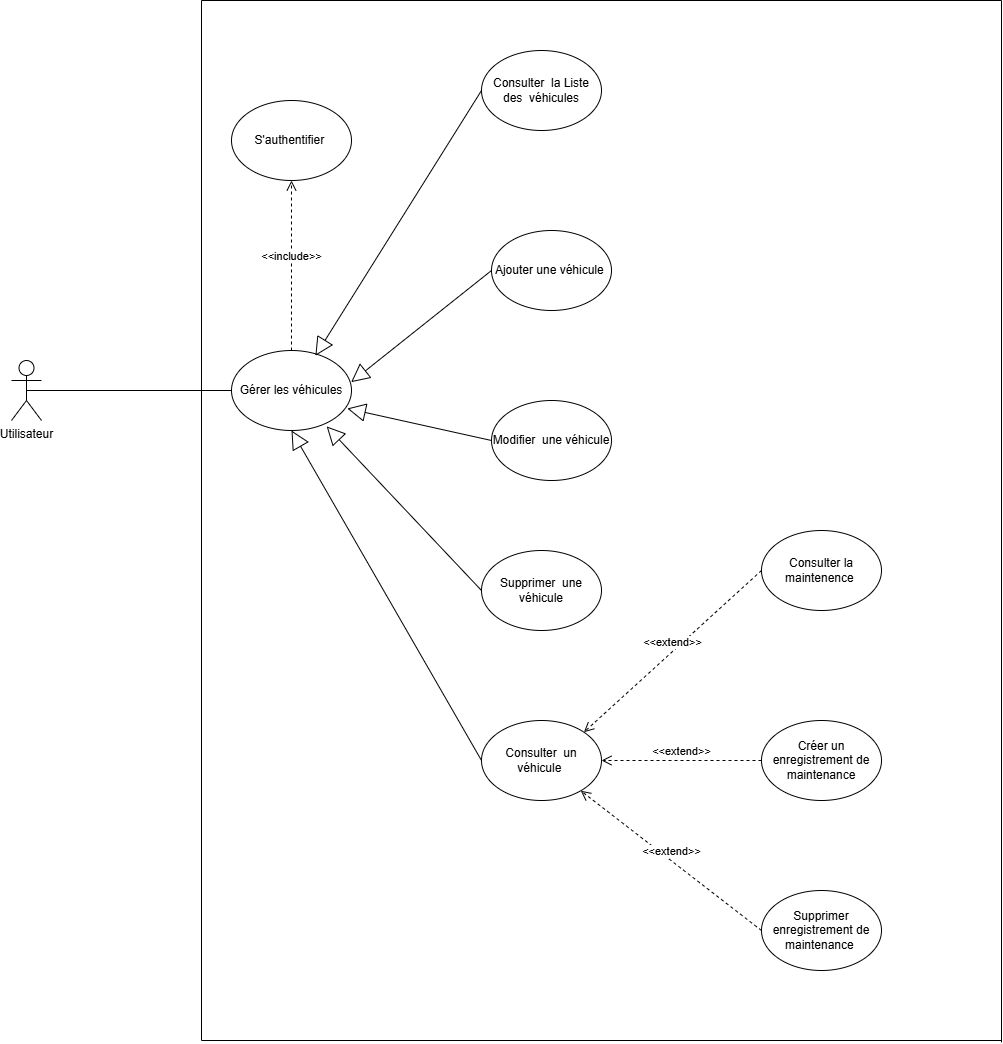
This is image/Diagramme gestion véhicules.drawio.png from imenmallouli/deploy, a draw.io export, as it was before one commit. Source tidied: cells renumbered, new cells last; positions are measured from the earlier drawing's top-left corner, leaving out a move shared by most shapes.
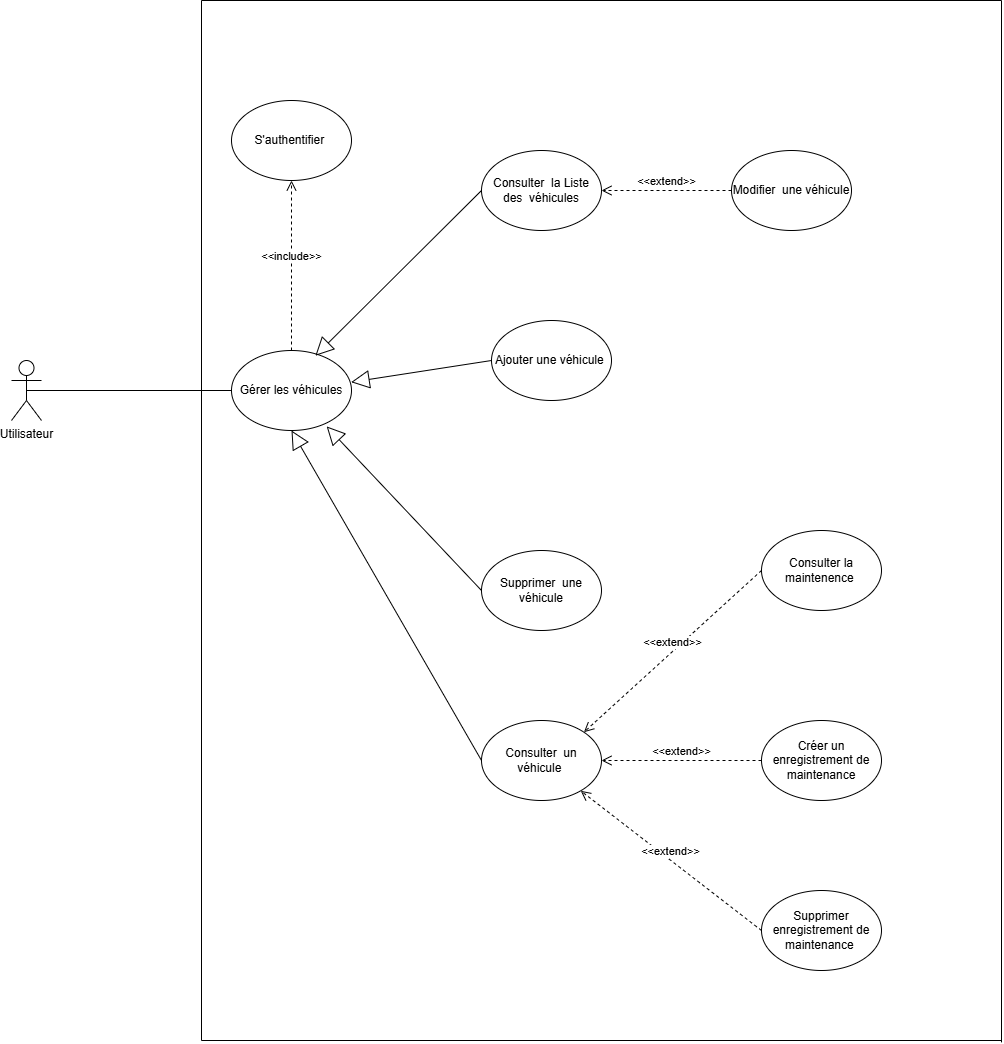
After the commit.

Change to the diagram source:
```diff
@@ -6,16 +6,16 @@
       <mxGeometry y="360" width="30" height="60" as="geometry" />
     </mxCell>
     <mxCell id="3" value="&amp;nbsp;Consulter&amp;nbsp; la Liste&amp;nbsp; des&amp;nbsp; véhicules" style="ellipse;whiteSpace=wrap;html=1;" parent="1" vertex="1">
-      <mxGeometry x="470" y="50" width="120" height="80" as="geometry" />
+      <mxGeometry x="470" y="150" width="120" height="80" as="geometry" />
     </mxCell>
     <mxCell id="4" value="Gérer les véhicules" style="ellipse;whiteSpace=wrap;html=1;" parent="1" vertex="1">
       <mxGeometry x="220" y="350" width="120" height="80" as="geometry" />
     </mxCell>
     <mxCell id="5" value="Ajouter une véhicule&amp;nbsp;" style="ellipse;whiteSpace=wrap;html=1;" parent="1" vertex="1">
-      <mxGeometry x="480" y="230" width="120" height="80" as="geometry" />
+      <mxGeometry x="480" y="320" width="120" height="80" as="geometry" />
     </mxCell>
     <mxCell id="6" value="Modifier&amp;nbsp; une véhicule" style="ellipse;whiteSpace=wrap;html=1;" parent="1" vertex="1">
-      <mxGeometry x="480" y="400" width="120" height="80" as="geometry" />
+      <mxGeometry x="720" y="150" width="120" height="80" as="geometry" />
     </mxCell>
     <mxCell id="7" style="endArrow=none;html=1;rounded=0;entryX=0;entryY=0.5;entryDx=0;entryDy=0;exitX=0.5;exitY=0.5;exitDx=0;exitDy=0;exitPerimeter=0;" parent="1" edge="1" source="2" target="4">
       <mxGeometry relative="1" as="geometry" />
@@ -38,9 +38,6 @@
     <mxCell id="13" style="endArrow=block;endSize=16;endFill=0;html=1;rounded=0;exitX=0;exitY=0.5;exitDx=0;exitDy=0;entryX=0.997;entryY=0.396;entryDx=0;entryDy=0;entryPerimeter=0;" parent="1" edge="1" source="5" target="4">
       <mxGeometry relative="1" as="geometry" />
     </mxCell>
-    <mxCell id="14" style="endArrow=block;endSize=16;endFill=0;html=1;rounded=0;exitX=0;exitY=0.5;exitDx=0;exitDy=0;entryX=0.965;entryY=0.725;entryDx=0;entryDy=0;entryPerimeter=0;" parent="1" edge="1" source="6" target="4">
-      <mxGeometry relative="1" as="geometry" />
-    </mxCell>
     <mxCell id="15" style="endArrow=block;endSize=16;endFill=0;html=1;rounded=0;exitX=0;exitY=0.5;exitDx=0;exitDy=0;entryX=0.793;entryY=0.949;entryDx=0;entryDy=0;entryPerimeter=0;" parent="1" edge="1" source="8" target="4">
       <mxGeometry relative="1" as="geometry" />
     </mxCell>
@@ -89,5 +86,8 @@
         <mxPoint x="990" as="targetPoint" />
       </mxGeometry>
     </mxCell>
+    <mxCell id="27" value="&amp;lt;&amp;lt;extend&amp;gt;&amp;gt;" style="html=1;verticalAlign=bottom;endArrow=open;dashed=1;endSize=8;curved=0;rounded=0;entryX=1;entryY=0.5;entryDx=0;entryDy=0;exitX=0;exitY=0.5;exitDx=0;exitDy=0;" parent="1" edge="1" source="6" target="3">
+      <mxGeometry relative="1" as="geometry" />
+    </mxCell>
   </root>
 </mxGraphModel>
```
